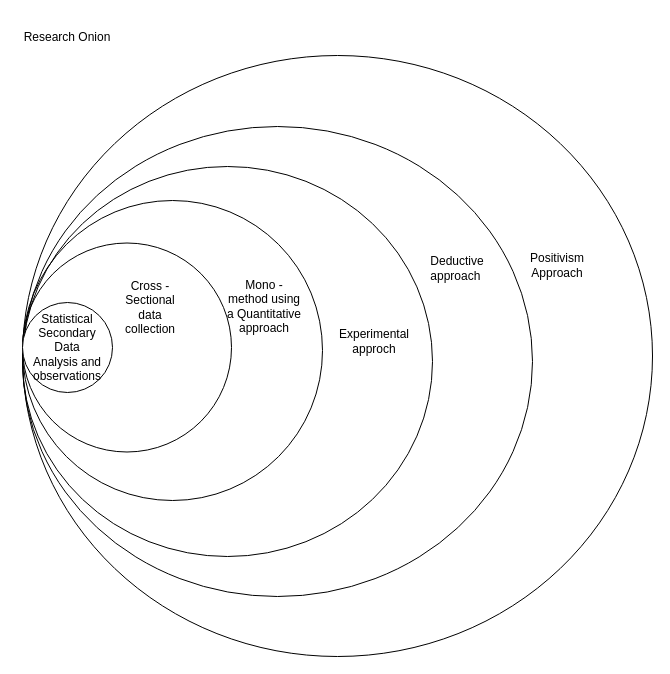
Earlier version of the draw.io diagram ResearhOnion.drawio (MMicallef001/ResearchDesignAssignment). Source tidied: cells renumbered, new cells numbered last; positions are measured from the earlier drawing's top-left corner, leaving out a move shared by most shapes. Both pictures are drawn from the tidied source at 100%, with x=0, y=0 at pixel (17, 17).
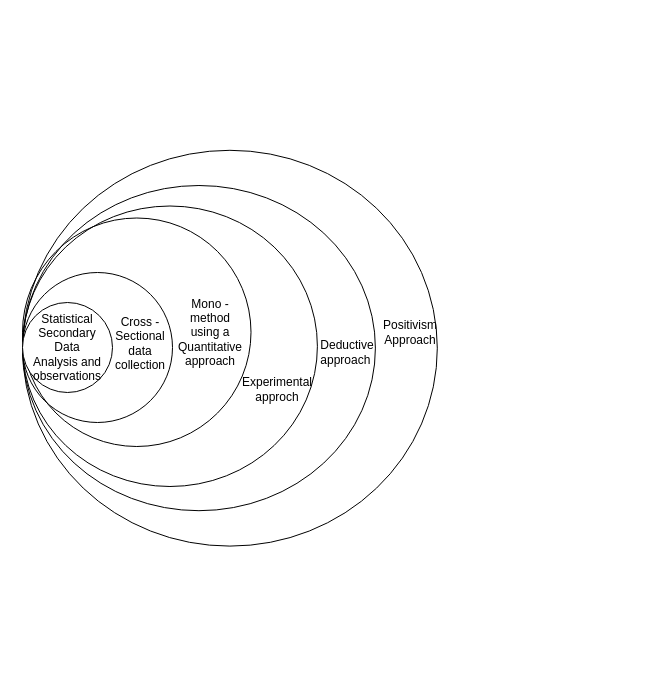
The same page after the edit.

Diff of the diagram source:
```diff
@@
 <mxGraphModel>
   <root>
     <mxCell id="0" />
     <mxCell id="1" parent="0" />
     <mxCell id="2" style="ellipse;whiteSpace=wrap;html=1;fillColor=none;" parent="1" vertex="1">
-      <mxGeometry x="5" y="38" width="630" height="601" as="geometry" />
+      <mxGeometry x="5" y="132.8" width="414.8" height="395.8" as="geometry" />
     </mxCell>
     <mxCell id="3" style="ellipse;whiteSpace=wrap;html=1;fillColor=none;" parent="1" vertex="1">
-      <mxGeometry x="5" y="109" width="510" height="470" as="geometry" />
+      <mxGeometry x="5" y="168" width="352.9" height="325.2" as="geometry" />
     </mxCell>
     <mxCell id="4" style="ellipse;whiteSpace=wrap;html=1;fillColor=none;" parent="1" vertex="1">
-      <mxGeometry x="5" y="149" width="410" height="390" as="geometry" />
+      <mxGeometry x="5" y="188.5" width="294.9" height="280.5" as="geometry" />
     </mxCell>
     <mxCell id="5" style="ellipse;whiteSpace=wrap;html=1;fillColor=none;" parent="1" vertex="1">
-      <mxGeometry x="5" y="183" width="300" height="300" as="geometry" />
+      <mxGeometry x="5" y="200.5" width="228.5" height="228.5" as="geometry" />
     </mxCell>
     <mxCell id="6" style="ellipse;whiteSpace=wrap;html=1;fillColor=none;" parent="1" vertex="1">
-      <mxGeometry x="5" y="225.5" width="209" height="209" as="geometry" />
+      <mxGeometry x="5" y="255" width="150" height="150" as="geometry" />
     </mxCell>
     <mxCell id="7" style="ellipse;whiteSpace=wrap;html=1;" parent="1" vertex="1">
       <mxGeometry x="5" y="285" width="90" height="90" as="geometry" />
     </mxCell>
     <mxCell id="8" value="Statistical Secondary Data Analysis and observations" style="text;html=1;strokeColor=none;fillColor=none;align=center;verticalAlign=middle;whiteSpace=wrap;rounded=0;" parent="1" vertex="1">
       <mxGeometry x="20" y="315" width="60" height="30" as="geometry" />
     </mxCell>
     <mxCell id="9" value="Cross - Sectional data collection" style="text;html=1;strokeColor=none;fillColor=none;align=center;verticalAlign=middle;whiteSpace=wrap;rounded=0;" parent="1" vertex="1">
-      <mxGeometry x="95" y="265" width="76" height="50" as="geometry" />
+      <mxGeometry x="85" y="301" width="76" height="50" as="geometry" />
     </mxCell>
     <mxCell id="10" value="Mono - method using a Quantitative approach" style="text;html=1;strokeColor=none;fillColor=none;align=center;verticalAlign=middle;whiteSpace=wrap;rounded=0;" parent="1" vertex="1">
-      <mxGeometry x="206.8" y="247" width="80" height="84" as="geometry" />
+      <mxGeometry x="161" y="273" width="64" height="84" as="geometry" />
     </mxCell>
     <mxCell id="11" value="Experimental approch" style="text;html=1;strokeColor=none;fillColor=none;align=center;verticalAlign=middle;whiteSpace=wrap;rounded=0;" parent="1" vertex="1">
-      <mxGeometry x="322" y="301" width="70" height="45" as="geometry" />
+      <mxGeometry x="225" y="339" width="70" height="66" as="geometry" />
     </mxCell>
     <mxCell id="12" value="Deductive approach&amp;nbsp;" style="text;html=1;strokeColor=none;fillColor=none;align=center;verticalAlign=middle;whiteSpace=wrap;rounded=0;" parent="1" vertex="1">
-      <mxGeometry x="405" y="229" width="70" height="44" as="geometry" />
+      <mxGeometry x="295" y="313" width="70" height="44" as="geometry" />
     </mxCell>
     <mxCell id="13" value="Positivism Approach" style="text;html=1;strokeColor=none;fillColor=none;align=center;verticalAlign=middle;whiteSpace=wrap;rounded=0;" parent="1" vertex="1">
-      <mxGeometry x="505" y="225.5" width="70" height="44" as="geometry" />
+      <mxGeometry x="357.9" y="292.8" width="70" height="44" as="geometry" />
     </mxCell>
-    <mxCell id="14" value="Research Onion" style="text;html=1;strokeColor=none;fillColor=none;align=center;verticalAlign=middle;whiteSpace=wrap;rounded=0;" parent="1" vertex="1">
-      <mxGeometry width="100" height="40" as="geometry" />
-    </mxCell>
   </root>
 </mxGraphModel>
```
